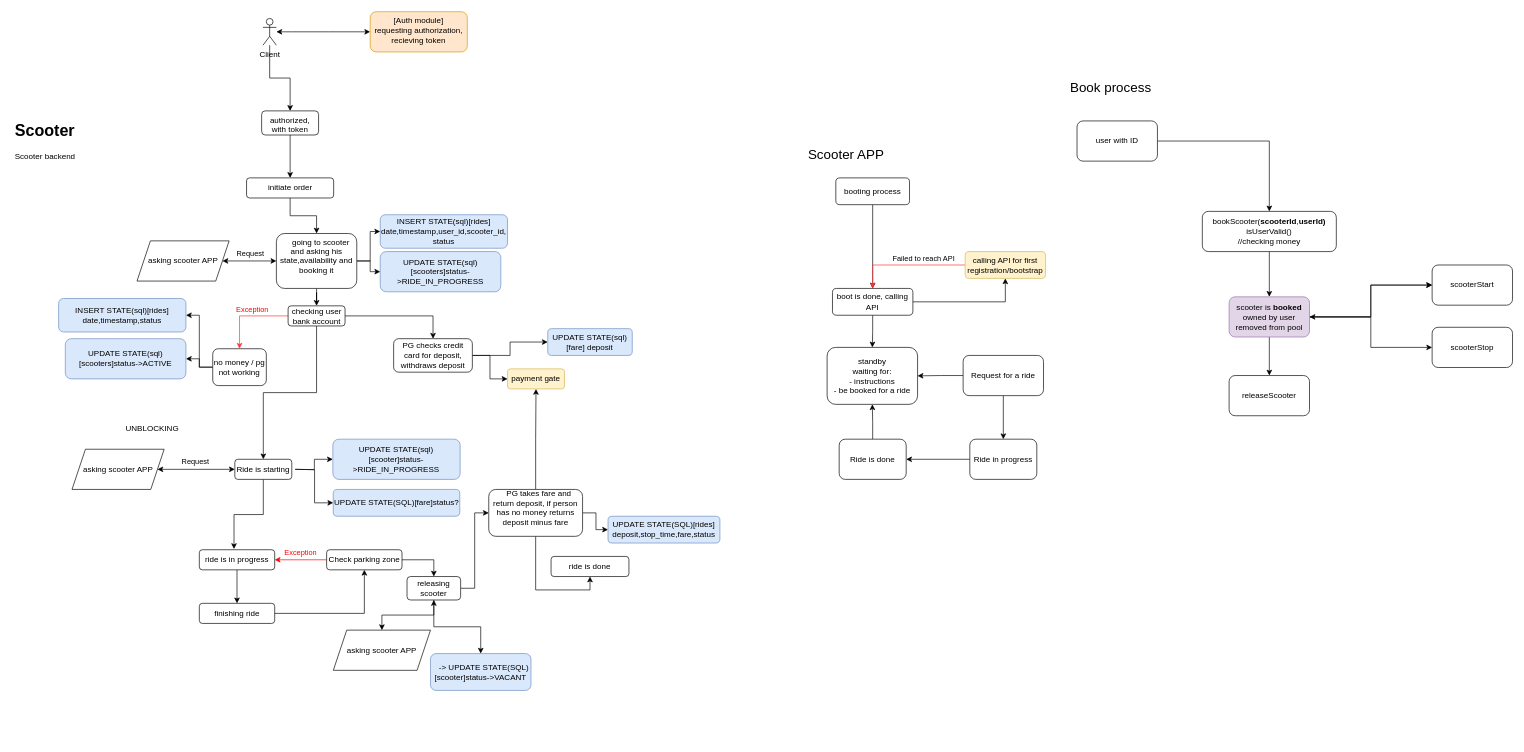
This is e-scooter[flows].drawio from integer00/diagrams, a draw.io file, before an edit. Source tidied: cells renumbered, new cells numbered last; positions are measured from the earlier drawing's top-left corner, leaving out a move shared by most shapes. Both pictures are drawn from the tidied source at 67%, with x=0, y=0 at pixel (11, 11).
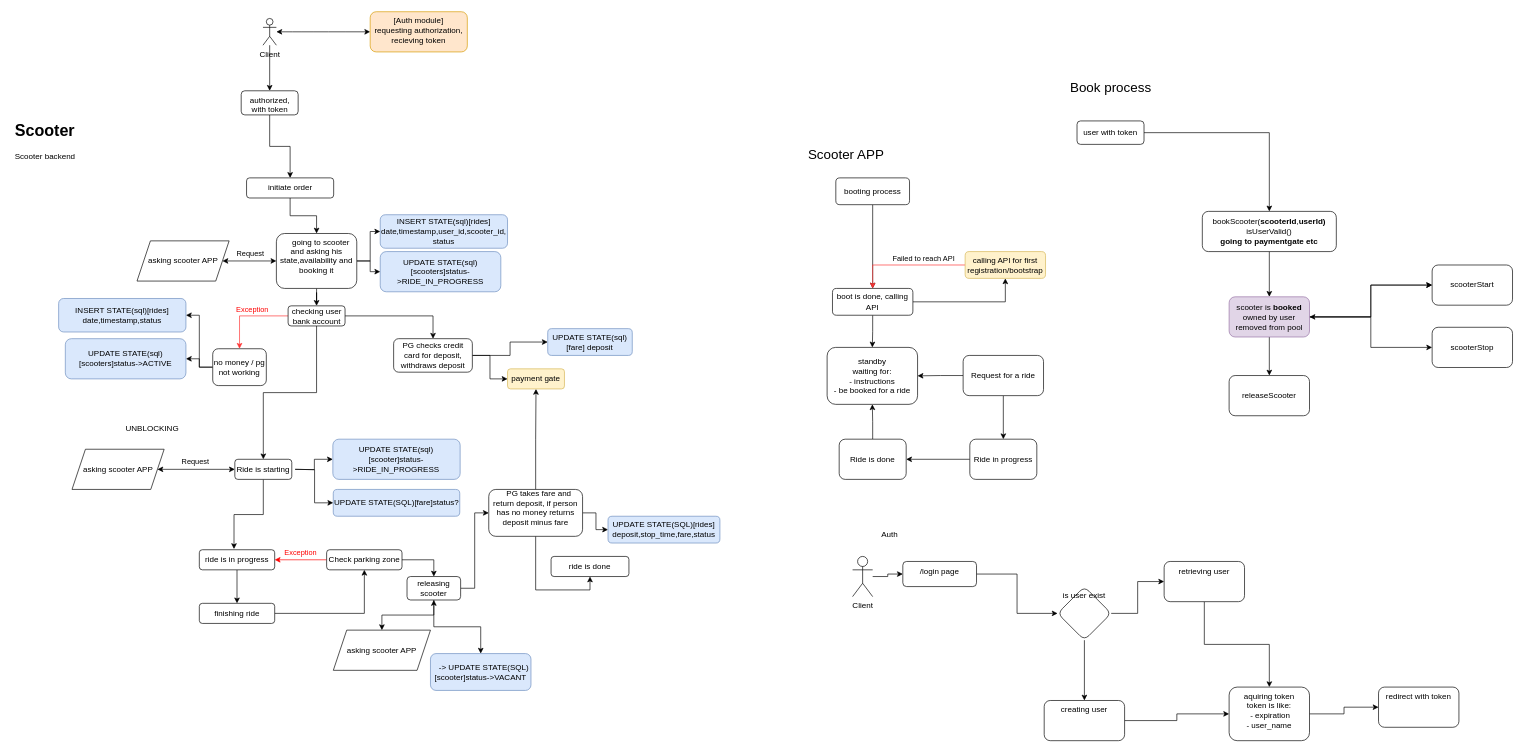
After the change.

The edit, as a diff of the source:
```diff
@@
     <mxCell id="80" value="authorized, with token&lt;br&gt;" style="rounded=1;whiteSpace=wrap;html=1;verticalAlign=top;" parent="1" vertex="1">
-      <mxGeometry x="373" y="148" width="85" height="36" as="geometry" />
+      <mxGeometry x="342.5" y="118" width="85" height="36" as="geometry" />
     </mxCell>
@@
-    <mxCell id="82" value="user with ID" style="rounded=1;whiteSpace=wrap;html=1;" parent="1" vertex="1">
-      <mxGeometry x="1590" y="163" width="120" height="60" as="geometry" />
+    <mxCell id="82" value="user with token" style="rounded=1;whiteSpace=wrap;html=1;" parent="1" vertex="1">
+      <mxGeometry x="1590" y="163" width="100" height="35" as="geometry" />
     </mxCell>
@@
-    <mxCell id="84" value="bookScooter(&lt;b&gt;scooterId&lt;/b&gt;,&lt;b&gt;userId)&lt;br&gt;&lt;/b&gt;isUserValid()&lt;br style=&quot;border-color: var(--border-color);&quot;&gt;//checking money&lt;b&gt;&lt;br&gt;&lt;/b&gt;" style="rounded=1;whiteSpace=wrap;html=1;" parent="1" vertex="1">
+    <mxCell id="84" value="bookScooter(&lt;b&gt;scooterId&lt;/b&gt;,&lt;b&gt;userId)&lt;br&gt;&lt;/b&gt;isUserValid()&lt;br style=&quot;border-color: var(--border-color);&quot;&gt;&lt;b&gt;going to paymentgate etc&lt;br&gt;&lt;/b&gt;" style="rounded=1;whiteSpace=wrap;html=1;" parent="1" vertex="1">
       <mxGeometry x="1777" y="298" width="200" height="60" as="geometry" />
     </mxCell>
@@
+    <mxCell id="94" value="Auth" style="text;html=1;align=center;verticalAlign=middle;strokeColor=none;fillColor=none;" parent="1" vertex="1">
+      <mxGeometry x="1285" y="766" width="50" height="30" as="geometry" />
+    </mxCell>
+    <mxCell id="95" style="edgeStyle=orthogonalEdgeStyle;rounded=0;jettySize=auto;html=1;" parent="1" edge="1" source="96" target="98">
+      <mxGeometry relative="1" as="geometry" />
+    </mxCell>
+    <mxCell id="96" value="Client" style="shape=umlActor;verticalLabelPosition=bottom;verticalAlign=top;html=1;outlineConnect=0;" parent="1" vertex="1">
+      <mxGeometry x="1255" y="813" width="30" height="60" as="geometry" />
+    </mxCell>
+    <mxCell id="97" style="edgeStyle=orthogonalEdgeStyle;rounded=0;jettySize=auto;html=1;" parent="1" edge="1" source="98" target="101">
+      <mxGeometry relative="1" as="geometry" />
+    </mxCell>
+    <mxCell id="98" value="/login page" style="rounded=1;whiteSpace=wrap;html=1;verticalAlign=top;" parent="1" vertex="1">
+      <mxGeometry x="1330" y="820.5" width="110" height="37.5" as="geometry" />
+    </mxCell>
+    <mxCell id="99" style="edgeStyle=orthogonalEdgeStyle;rounded=0;jettySize=auto;html=1;" parent="1" edge="1" source="101" target="103">
+      <mxGeometry relative="1" as="geometry" />
+    </mxCell>
+    <mxCell id="100" style="edgeStyle=orthogonalEdgeStyle;rounded=0;jettySize=auto;html=1;" parent="1" edge="1" source="101" target="107">
+      <mxGeometry relative="1" as="geometry" />
+    </mxCell>
+    <mxCell id="101" value="is user exist" style="rhombus;whiteSpace=wrap;html=1;verticalAlign=top;rounded=1;" parent="1" vertex="1">
+      <mxGeometry x="1561" y="858" width="80" height="80" as="geometry" />
+    </mxCell>
+    <mxCell id="102" style="edgeStyle=orthogonalEdgeStyle;rounded=0;jettySize=auto;html=1;" parent="1" edge="1" source="103" target="105">
+      <mxGeometry relative="1" as="geometry" />
+    </mxCell>
+    <mxCell id="103" value="creating user" style="whiteSpace=wrap;html=1;verticalAlign=top;rounded=1;" parent="1" vertex="1">
+      <mxGeometry x="1541" y="1028" width="120" height="60" as="geometry" />
+    </mxCell>
+    <mxCell id="104" style="edgeStyle=orthogonalEdgeStyle;rounded=0;jettySize=auto;html=1;" parent="1" edge="1" source="105" target="108">
+      <mxGeometry relative="1" as="geometry" />
+    </mxCell>
+    <mxCell id="105" value="aquiring token&lt;br&gt;token is like:&lt;br&gt;&amp;nbsp;- expiration&lt;br&gt;- user_name" style="rounded=1;whiteSpace=wrap;html=1;verticalAlign=top;" parent="1" vertex="1">
+      <mxGeometry x="1817" y="1008" width="120" height="80" as="geometry" />
+    </mxCell>
+    <mxCell id="106" style="edgeStyle=orthogonalEdgeStyle;rounded=0;jettySize=auto;html=1;" parent="1" edge="1" source="107" target="105">
+      <mxGeometry relative="1" as="geometry" />
+    </mxCell>
+    <mxCell id="107" value="retrieving user" style="rounded=1;whiteSpace=wrap;html=1;verticalAlign=top;" parent="1" vertex="1">
+      <mxGeometry x="1720" y="820.5" width="120" height="60" as="geometry" />
+    </mxCell>
+    <mxCell id="108" value="redirect with token" style="rounded=1;whiteSpace=wrap;html=1;verticalAlign=top;" parent="1" vertex="1">
+      <mxGeometry x="2040" y="1008" width="120" height="60" as="geometry" />
+    </mxCell>
```
